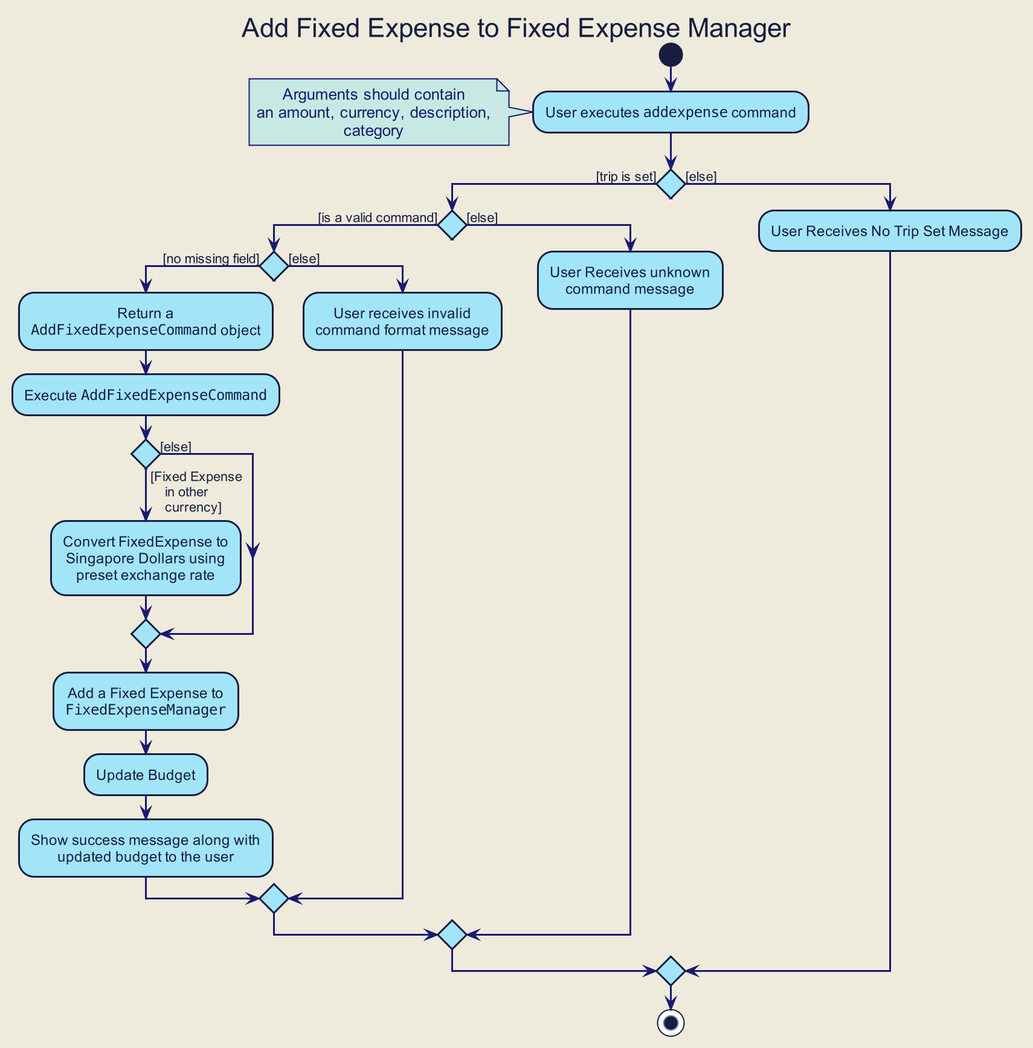
zenatrick/main keeps this PlantUML diagram as docs/images/developer-guide/fixed-expense/AddFixedExpenseActivityDiagram.png. Above is the earlier version.
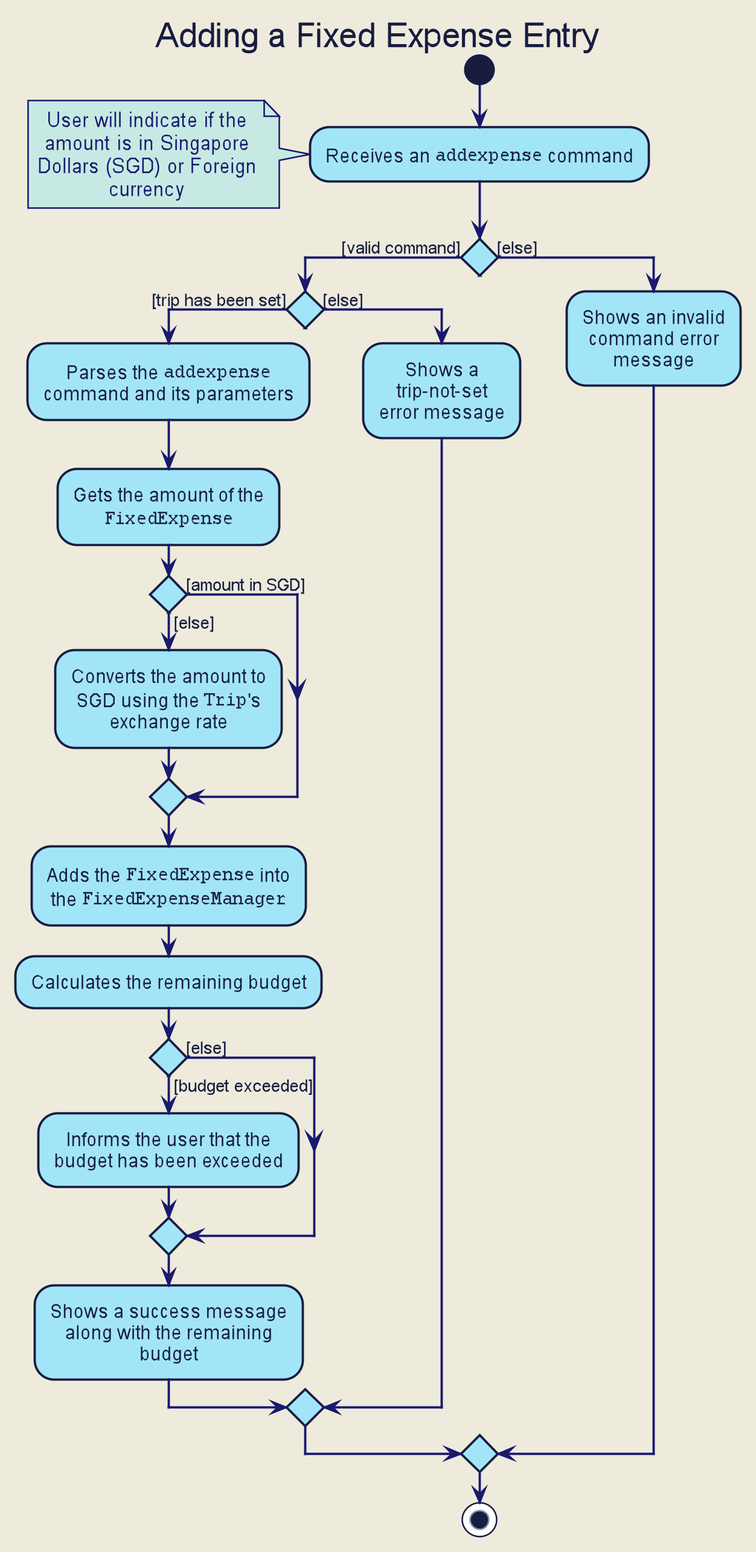
After the commit.

Change to the diagram source:
```diff
@@ -101,68 +101,72 @@
 
 hide footbox
 hide circle
-title Add Fixed Expense to Fixed Expense Manager
+title Adding a Fixed Expense Entry
 
 start
 
-:User executes ""addexpense"" command;
+:Receives an ""addexpense"" command;
+
 note left
-  Arguments should contain
-  an amount, currency, description,
-  category
+    User will indicate if the
+    amount is in Singapore
+    Dollars (SGD) or Foreign
+    currency
 end note
 
-if () then ([trip is set])
+if () then ([valid command])
 
-if () then ([is a valid command])
+    if () then ([trip has been set])
 
-    if () then ([no missing field])
+        :Parses the ""addexpense""
+        command and its parameters;
 
-            :Return a
-            ""AddFixedExpenseCommand"" object;
+        :Gets the amount of the
+        ""FixedExpense"";
 
-            :Execute ""AddFixedExpenseCommand"";
+        if () then ([amount in SGD])
 
-    if() then ([Fixed Expense
-    in other
-    currency]
-    )
+        else ([else])
+            :Converts the amount to
+            SGD using the ""Trip""'s
+            exchange rate;
 
-            :Convert FixedExpense to
-            Singapore Dollars using
-            preset exchange rate;
+        endif
+
+        :Adds the ""FixedExpense"" into
+        the ""FixedExpenseManager"";
+
+        :Calculates the remaining budget;
+
+        if () then ([budget exceeded])
+
+            :Informs the user that the
+            budget has been exceeded;
+
+        else ([else])
+
+        endif
+
+        :Shows a success message
+        along with the remaining
+        budget;
+
 
 
     else ([else])
 
-    endif
+        :Shows a
+        trip-not-set
+        error message;
 
-
-            :Add a Fixed Expense to
-            ""FixedExpenseManager"";
-
-            :Update Budget;
-
-            :Show success message along with
-            updated budget to the user;
-
-    else ([else])
-
-         :User receives invalid
-         command format message;
     endif
 
 else ([else])
-    :User Receives unknown
-    command message;
+    :Shows an invalid
+    command error
+    message;
 
 endif
-
-else ([else])
-    :User Receives No Trip Set Message;
-
-endif
-
 
 stop
 
```
